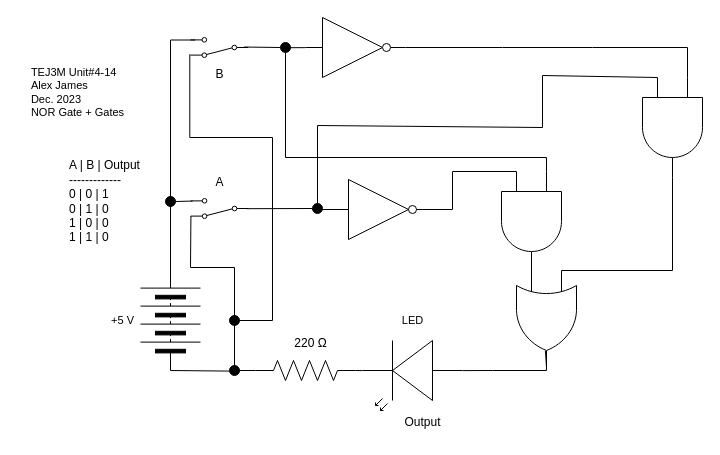
Above: Unit-4-15/4-15.drawio in Alexander-James2/TEJ3M-Unit-4 (draw.io), before the change. Source tidied: cells renumbered, new cells numbered last; positions are measured from the earlier drawing's top-left corner, leaving out a move shared by most shapes. Both pictures are drawn from the tidied source at 100%, with x=0, y=0 at pixel (17, 17).
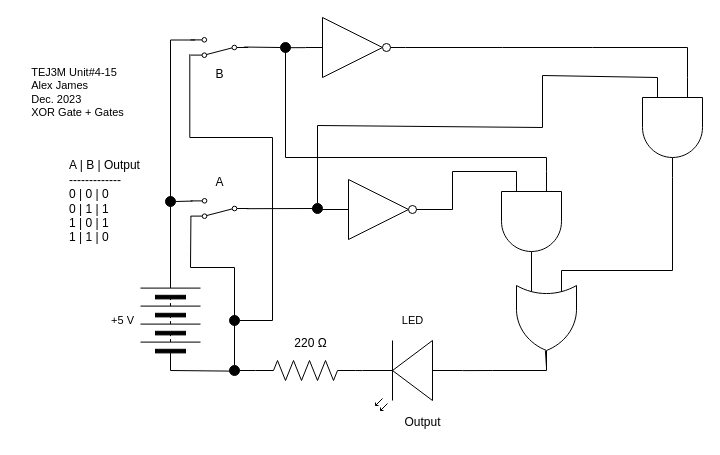
After the change.

What changed in the source:
```diff
@@
-    <mxCell id="7" value="&lt;div style=&quot;text-align: left;&quot;&gt;&lt;span style=&quot;background-color: initial;&quot;&gt;TEJ3M Unit#4-14&lt;/span&gt;&lt;/div&gt;&lt;div style=&quot;text-align: left;&quot;&gt;&lt;span style=&quot;background-color: initial;&quot;&gt;Alex James&lt;/span&gt;&lt;/div&gt;&lt;div style=&quot;text-align: left;&quot;&gt;Dec. 2023&lt;/div&gt;&lt;div style=&quot;text-align: left;&quot;&gt;NOR Gate + Gates&lt;/div&gt;" style="text;html=1;align=center;verticalAlign=middle;strokeColor=none;fillColor=none;fontSize=11;fontFamily=Helvetica;fontColor=default;" parent="1" vertex="1">
+    <mxCell id="7" value="&lt;div style=&quot;text-align: left;&quot;&gt;&lt;span style=&quot;background-color: initial;&quot;&gt;TEJ3M Unit#4-15&lt;/span&gt;&lt;/div&gt;&lt;div style=&quot;text-align: left;&quot;&gt;&lt;span style=&quot;background-color: initial;&quot;&gt;Alex James&lt;/span&gt;&lt;/div&gt;&lt;div style=&quot;text-align: left;&quot;&gt;Dec. 2023&lt;/div&gt;&lt;div style=&quot;text-align: left;&quot;&gt;XOR Gate + Gates&lt;/div&gt;" style="text;html=1;align=center;verticalAlign=middle;strokeColor=none;fillColor=none;fontSize=11;fontFamily=Helvetica;fontColor=default;" parent="1" vertex="1">
       <mxGeometry y="40" width="120" height="70" as="geometry" />
     </mxCell>
@@
-    <mxCell id="11" value="A | B | Output&lt;br&gt;-------------&lt;br&gt;0 | 0 | 1&lt;br&gt;0 | 1 | 0&lt;br&gt;1 | 0 | 0&lt;br&gt;1 | 1 | 0" style="text;html=1;align=left;verticalAlign=middle;strokeColor=none;fillColor=none;" parent="1" vertex="1">
+    <mxCell id="11" value="A | B | Output&lt;br&gt;-------------&lt;br&gt;0 | 0 | 0&lt;br&gt;0 | 1 | 1&lt;br&gt;1 | 0 | 1&lt;br&gt;1 | 1 | 0" style="text;html=1;align=left;verticalAlign=middle;strokeColor=none;fillColor=none;" parent="1" vertex="1">
       <mxGeometry x="50" y="134" width="90" height="100" as="geometry" />
     </mxCell>
```
